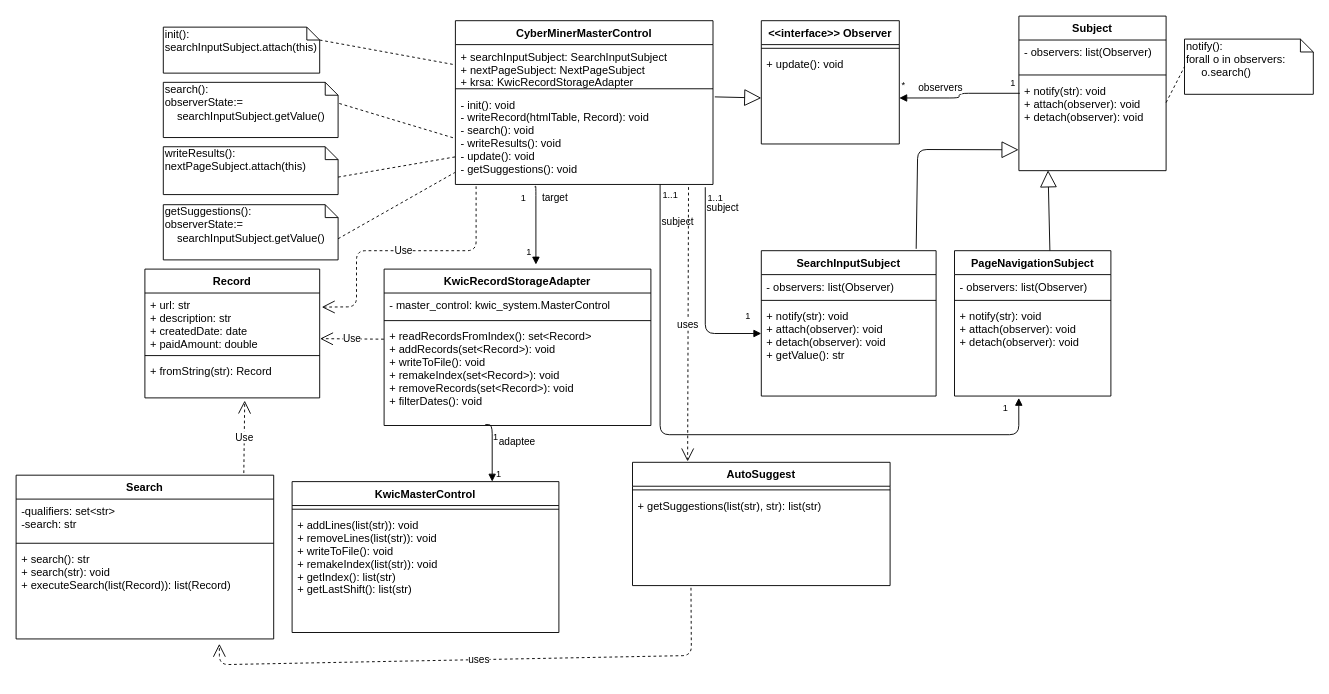
The draw.io diagram To-Do List Builder/cyberminer_class_diagram.drawio in kntnguyen94/To-Do-List-Builder, before the edit. Source tidied: cells renumbered, new cells numbered last; positions are measured from the earlier drawing's top-left corner, leaving out a move shared by most shapes. Both pictures are drawn from the tidied source at 92%, with x=0, y=0 at pixel (16, 16).
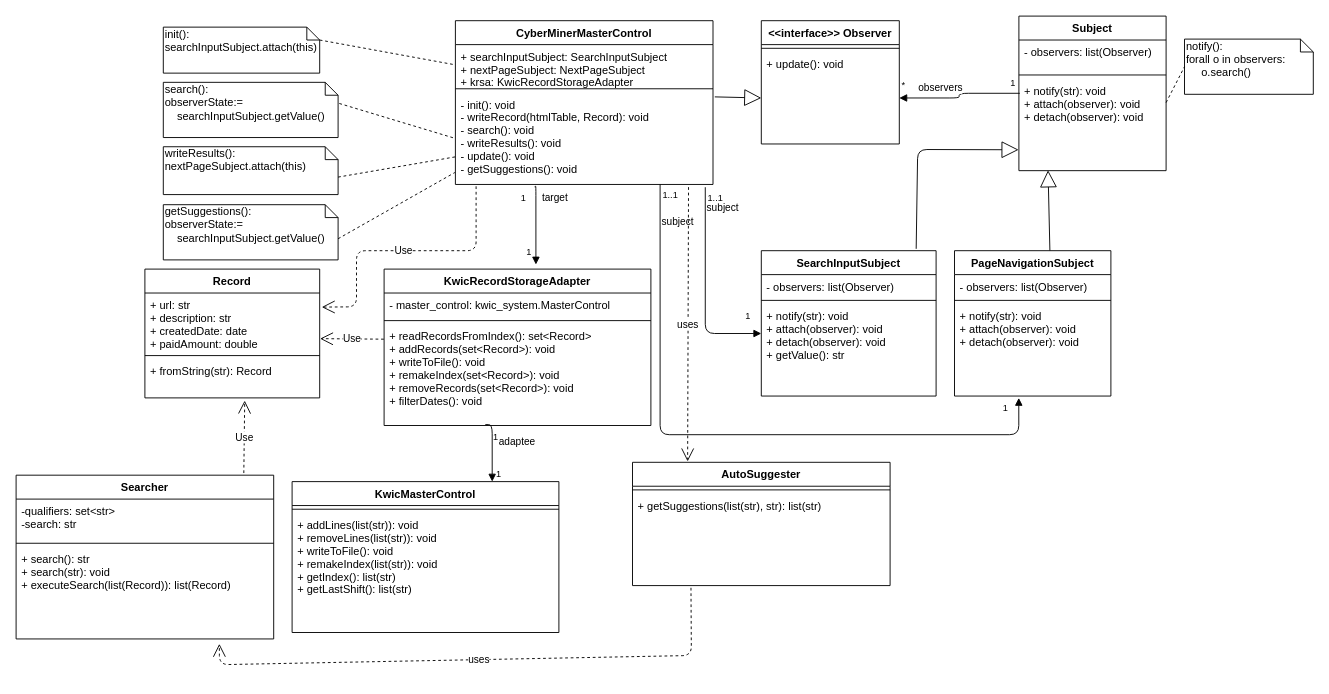
The same diagram, later.

Change to the diagram source:
```diff
@@
-    <mxCell id="11" value="AutoSuggest" style="swimlane;fontStyle=1;align=center;verticalAlign=top;horizontal=1;startSize=26;" parent="1" vertex="1">
+    <mxCell id="11" value="AutoSuggester" style="swimlane;fontStyle=1;align=center;verticalAlign=top;horizontal=1;startSize=26;" parent="1" vertex="1">
       <mxGeometry x="670" y="485" width="280" height="134" as="geometry" />
     </mxCell>
@@
-    <mxCell id="18" value="Search" style="swimlane;fontStyle=1;align=center;verticalAlign=top;horizontal=1;startSize=26;" parent="1" vertex="1">
+    <mxCell id="18" value="Searcher" style="swimlane;fontStyle=1;align=center;verticalAlign=top;horizontal=1;startSize=26;" parent="1" vertex="1">
       <mxGeometry y="499" width="280" height="178" as="geometry" />
     </mxCell>
```
